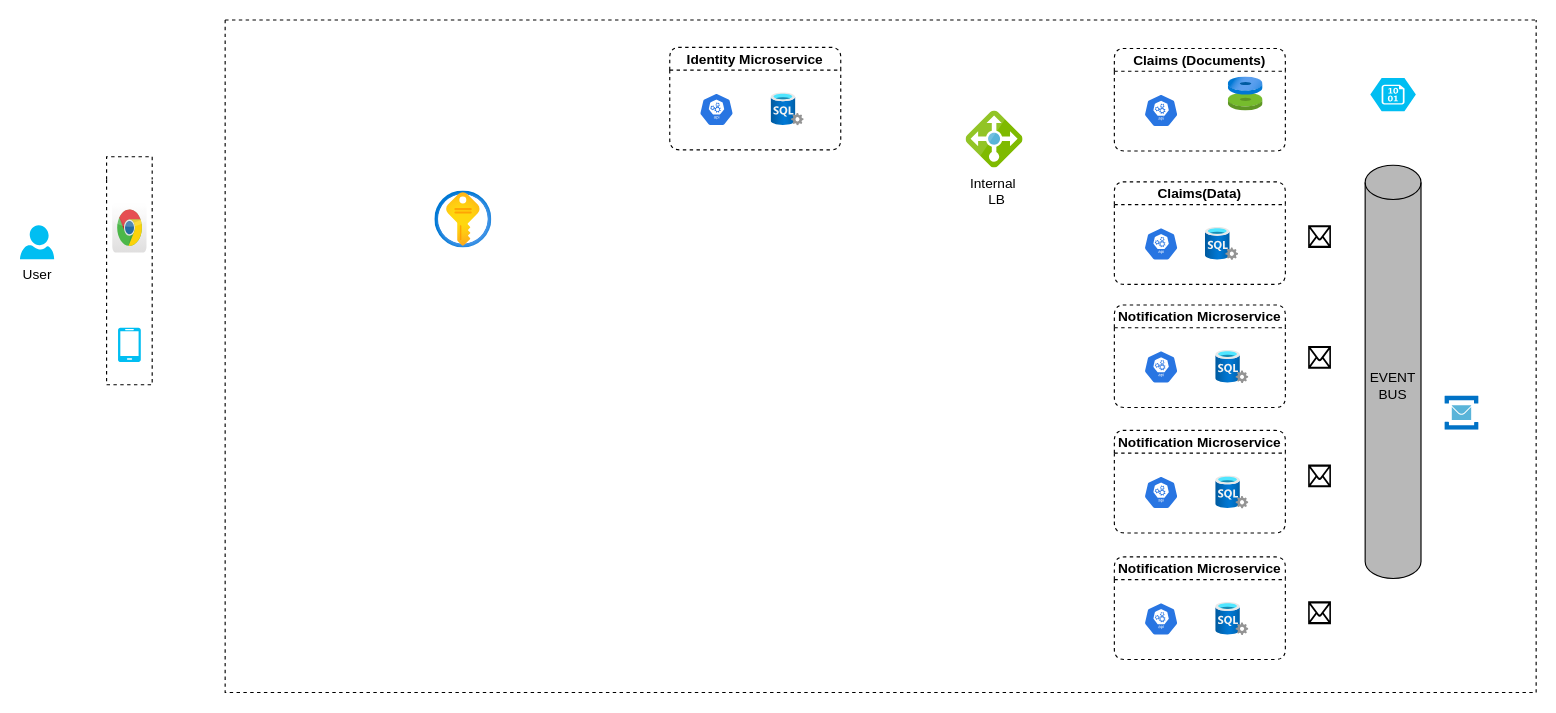
This is solution-diagram.drawio from rahulpandey1589/solution-diagrams, a draw.io file, before an edit. Source tidied: cells renumbered, new cells numbered last; positions are measured from the earlier drawing's top-left corner, leaving out a move shared by most shapes. Both pictures are drawn from the tidied source at 114%, with x=0, y=0 at pixel (19, 19).
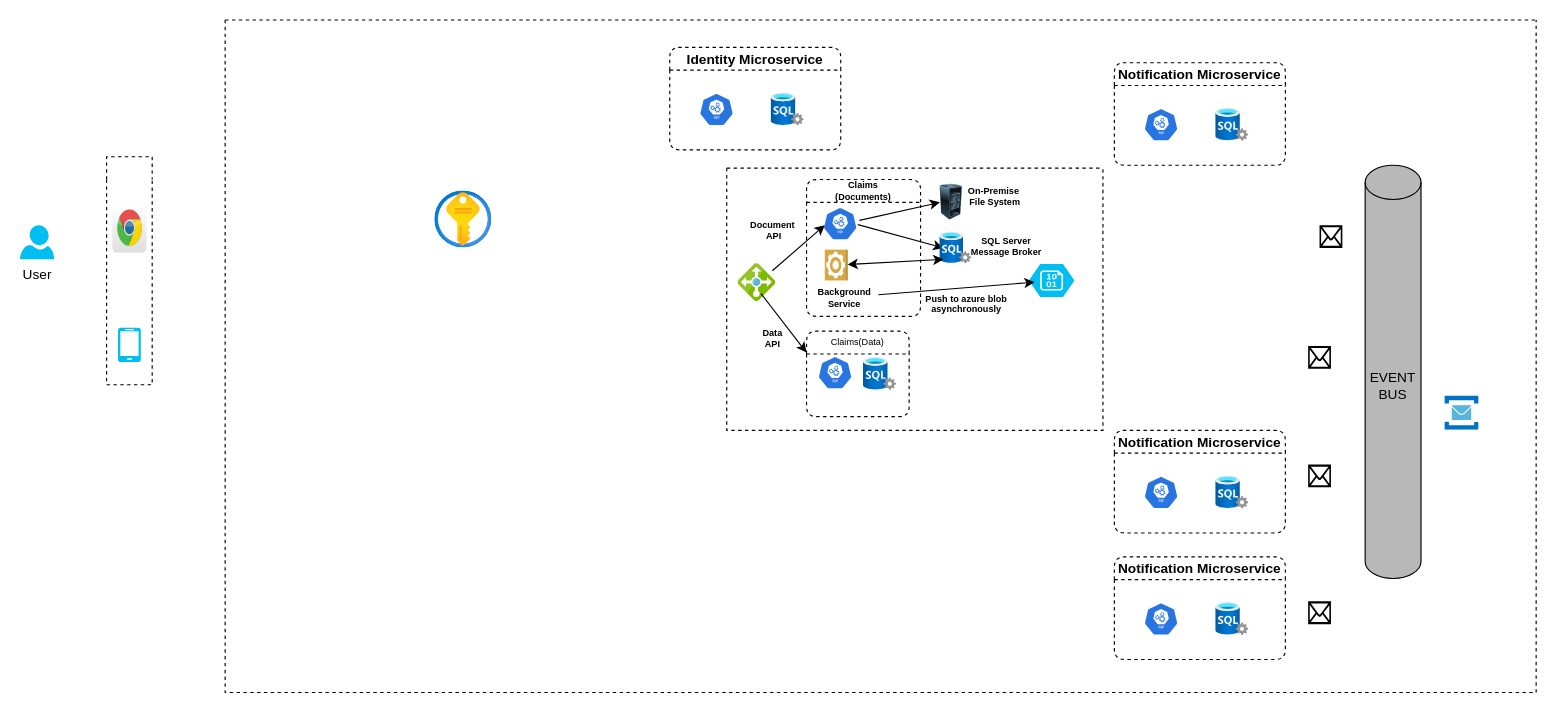
The same diagram, later.

Unchanged cells that the change refers to:
```xml
<mxCell id="6" style="swimlane;startSize=0;labelBackgroundColor=#ADADAD;fillColor=#969696;dashed=1;" parent="1" vertex="1">
  <mxGeometry x="180" width="1150" height="590" as="geometry" />
</mxCell>
```

Diff of the diagram source:
```diff
@@
-    <mxCell id="14" value="Claims(Data)" style="swimlane;startSize=20;glass=0;swimlaneLine=1;dashed=1;strokeWidth=1;swimlaneFillColor=none;rounded=1;shadow=0;sketch=0;swimlaneHead=1;horizontal=1;noLabel=0;" parent="6" vertex="1">
-      <mxGeometry x="780" y="142" width="150" height="90" as="geometry" />
-    </mxCell>
-    <mxCell id="15" style="sketch=0;html=1;dashed=0;whitespace=wrap;fillColor=#2875E2;strokeColor=#ffffff;shape=mxgraph.kubernetes.icon;prIcon=api;" parent="14" vertex="1">
-      <mxGeometry x="16" y="40" width="50" height="29" as="geometry" />
-    </mxCell>
-    <mxCell id="16" style="html=1;align=center;image;fontSize=12;image=img/lib/azure2/databases/SQL_Server.svg;" parent="14" vertex="1">
-      <mxGeometry x="80" y="40" width="29" height="29" as="geometry" />
-    </mxCell>
     <mxCell id="17" value="Notification Microservice" style="swimlane;startSize=20;glass=0;swimlaneLine=1;dashed=1;strokeWidth=1;swimlaneFillColor=none;rounded=1;shadow=0;sketch=0;swimlaneHead=1;horizontal=1;noLabel=0;" parent="6" vertex="1">
-      <mxGeometry x="780" y="250" width="150" height="90" as="geometry" />
+      <mxGeometry x="780" y="37.5" width="150" height="90" as="geometry" />
     </mxCell>
@@
     <mxCell id="27" style="shape=mxgraph.signs.tech.mail;html=1;fillColor=#000000;strokeColor=none;verticalLabelPosition=bottom;verticalAlign=top;align=center;" parent="6" vertex="1">
-      <mxGeometry x="950" y="180" width="20" height="20" as="geometry" />
+      <mxGeometry x="960" y="180" width="20" height="20" as="geometry" />
     </mxCell>
@@
+    <mxCell id="36" style="swimlane;startSize=0;fontFamily=Helvetica;fontSize=8;html=1;backgroundOutline=0;dashed=1;" parent="6" vertex="1">
+      <mxGeometry x="440" y="130" width="330" height="230" as="geometry" />
+    </mxCell>
+    <mxCell id="33" style="sketch=0;html=1;align=center;image;fontSize=12;image=img/lib/mscae/Load_Balancer_feature.svg;fontFamily=Helvetica;" parent="36" vertex="1">
+      <mxGeometry x="10" y="84" width="33" height="33" as="geometry" />
+    </mxCell>
-    <mxCell id="30" value="Claims (Documents)" style="swimlane;startSize=20;glass=0;swimlaneLine=1;dashed=1;strokeWidth=1;swimlaneFillColor=none;rounded=1;shadow=0;sketch=0;swimlaneHead=1;horizontal=1;noLabel=0;" parent="6" vertex="1">
-      <mxGeometry x="780" y="25" width="150" height="90" as="geometry" />
+    <mxCell id="30" value="Claims &#10;(Documents)" style="swimlane;startSize=20;glass=0;swimlaneLine=1;dashed=1;strokeWidth=1;swimlaneFillColor=none;rounded=1;shadow=0;sketch=0;swimlaneHead=1;horizontal=1;noLabel=0;fontStyle=1;fontSize=8;" parent="36" vertex="1">
+      <mxGeometry x="70" y="10" width="100" height="120" as="geometry" />
     </mxCell>
     <mxCell id="31" style="sketch=0;html=1;dashed=0;whitespace=wrap;fillColor=#2875E2;strokeColor=#ffffff;points=[[0.005,0.63,0],[0.1,0.2,0],[0.9,0.2,0],[0.5,0,0],[0.995,0.63,0],[0.72,0.99,0],[0.5,1,0],[0.28,0.99,0]];shape=mxgraph.kubernetes.icon;prIcon=api;" parent="30" vertex="1">
-      <mxGeometry x="16" y="40" width="50" height="29" as="geometry" />
+      <mxGeometry x="12" y="24.2" width="35" height="29" as="geometry" />
     </mxCell>
-    <mxCell id="32" style="html=1;align=center;image;fontSize=12;image=img/lib/azure2/compute/Disks.svg;fontFamily=Helvetica;" parent="30" vertex="1">
-      <mxGeometry x="100" y="25" width="30.5" height="30" as="geometry" />
-    </mxCell>
-    <mxCell id="33" value="Internal&amp;nbsp;&lt;br&gt;&amp;nbsp;LB" style="sketch=0;html=1;align=center;image;fontSize=12;image=img/lib/mscae/Load_Balancer_feature.svg;fontFamily=Helvetica;" parent="6" vertex="1">
-      <mxGeometry x="650" y="80" width="50" height="50" as="geometry" />
-    </mxCell>
+    <mxCell id="37" value="Background&lt;br&gt;Service" style="text;html=1;align=center;verticalAlign=middle;points=[];strokeColor=none;fillColor=none;fontFamily=Helvetica;fontSize=8;fontStyle=1;" parent="30" vertex="1">
+      <mxGeometry x="3" y="88.5" width="60" height="30" as="geometry" />
+    </mxCell>
+    <mxCell id="38" style="outlineConnect=0;dashed=0;verticalLabelPosition=bottom;verticalAlign=top;align=center;html=1;shape=mxgraph.aws3.worker;fillColor=#D9A741;gradientColor=none;fontFamily=Helvetica;direction=north;" parent="30" vertex="1">
+      <mxGeometry x="16" y="61.5" width="20" height="27" as="geometry" />
+    </mxCell>
+    <mxCell id="39" style="endArrow=classic;html=1;rounded=0;fontFamily=Helvetica;fontSize=8;entryX=0.107;entryY=0.5;entryDx=0;entryDy=0;entryPerimeter=0;" parent="30" edge="1" target="44">
+      <mxGeometry relative="1" as="geometry">
+        <mxPoint x="45" y="39.5" as="sourcePoint" />
+      </mxGeometry>
+    </mxCell>
+    <mxCell id="40" style="endArrow=classic;html=1;rounded=0;fontFamily=Helvetica;fontSize=8;" parent="30" edge="1">
+      <mxGeometry relative="1" as="geometry">
+        <mxPoint x="-30" y="80" as="sourcePoint" />
+        <mxPoint x="16" y="40" as="targetPoint" />
+      </mxGeometry>
+    </mxCell>
+    <mxCell id="14" value="Claims(Data)" style="swimlane;startSize=20;glass=0;swimlaneLine=1;dashed=1;strokeWidth=1;swimlaneFillColor=none;rounded=1;shadow=0;sketch=0;swimlaneHead=1;horizontal=1;noLabel=0;fontStyle=0;fontSize=8;" parent="36" vertex="1">
+      <mxGeometry x="70" y="143" width="90" height="75" as="geometry" />
+    </mxCell>
+    <mxCell id="15" style="sketch=0;html=1;dashed=0;whitespace=wrap;fillColor=#2875E2;strokeColor=#ffffff;shape=mxgraph.kubernetes.icon;prIcon=api;" parent="14" vertex="1">
+      <mxGeometry y="22" width="50" height="29" as="geometry" />
+    </mxCell>
+    <mxCell id="16" style="html=1;align=center;image;fontSize=12;image=img/lib/azure2/databases/SQL_Server.svg;" parent="14" vertex="1">
+      <mxGeometry x="50" y="23" width="29" height="29" as="geometry" />
+    </mxCell>
-    <mxCell id="34" style="verticalLabelPosition=bottom;html=1;verticalAlign=top;align=center;strokeColor=none;fillColor=#00BEF2;shape=mxgraph.azure.storage_blob;fontFamily=Helvetica;" parent="6" vertex="1">
-      <mxGeometry x="1004.5" y="51" width="40" height="29" as="geometry" />
+    <mxCell id="34" style="verticalLabelPosition=bottom;html=1;verticalAlign=top;align=center;strokeColor=none;fillColor=#00BEF2;shape=mxgraph.azure.storage_blob;fontFamily=Helvetica;" parent="36" vertex="1">
+      <mxGeometry x="265" y="84" width="40" height="29" as="geometry" />
     </mxCell>
+    <mxCell id="41" style="image;html=1;image=img/lib/clip_art/computers/Server_Rack_Partial_128x128.png;dashed=1;fontFamily=Helvetica;fontSize=8;" parent="36" vertex="1">
+      <mxGeometry x="187" y="10" width="20" height="40" as="geometry" />
+    </mxCell>
+    <mxCell id="42" style="endArrow=classic;html=1;rounded=0;fontFamily=Helvetica;fontSize=8;exitX=0.983;exitY=0.4;exitDx=0;exitDy=0;exitPerimeter=0;entryX=0;entryY=0.5;entryDx=0;entryDy=0;" parent="36" edge="1" source="31" target="41">
+      <mxGeometry relative="1" as="geometry" />
+    </mxCell>
+    <mxCell id="43" value="On-Premise&amp;nbsp;&lt;br&gt;File System" style="text;html=1;align=center;verticalAlign=middle;strokeColor=none;fillColor=none;fontFamily=Helvetica;fontSize=8;fontStyle=1;" parent="36" vertex="1">
+      <mxGeometry x="205" y="10" width="60" height="30" as="geometry" />
+    </mxCell>
+    <mxCell id="44" style="html=1;points=[];align=center;image;fontSize=12;image=img/lib/azure2/databases/SQL_Server.svg;dashed=1;fontFamily=Helvetica;" parent="36" vertex="1">
+      <mxGeometry x="187" y="56" width="28" height="28" as="geometry" />
+    </mxCell>
+    <mxCell id="45" value="SQL Server &lt;br&gt;Message Broker" style="text;html=1;align=center;verticalAlign=middle;strokeColor=none;fillColor=none;fontFamily=Helvetica;fontSize=8;fontStyle=1;" parent="36" vertex="1">
+      <mxGeometry x="205" y="54" width="80" height="30" as="geometry" />
+    </mxCell>
+    <mxCell id="46" style="endArrow=classic;startArrow=classic;html=1;rounded=0;fontFamily=Helvetica;fontSize=8;" parent="36" edge="1" source="38">
+      <mxGeometry relative="1" as="geometry">
+        <mxPoint x="190" y="80" as="targetPoint" />
+      </mxGeometry>
+    </mxCell>
+    <mxCell id="47" style="endArrow=classic;html=1;rounded=0;fontFamily=Helvetica;fontSize=8;" parent="36" edge="1" source="37">
+      <mxGeometry relative="1" as="geometry">
+        <mxPoint x="270" y="100" as="targetPoint" />
+      </mxGeometry>
+    </mxCell>
+    <mxCell id="48" value="&lt;br&gt;Push to azure blob&lt;br&gt;asynchronously" style="text;html=1;align=center;verticalAlign=middle;strokeColor=none;fillColor=none;fontFamily=Helvetica;fontSize=8;fontStyle=1;" parent="36" vertex="1">
+      <mxGeometry x="165" y="95" width="90" height="40" as="geometry" />
+    </mxCell>
+    <mxCell id="49" style="endArrow=classic;html=1;rounded=0;fontFamily=Helvetica;fontSize=8;entryX=0;entryY=0.25;entryDx=0;entryDy=0;" parent="36" edge="1" target="14">
+      <mxGeometry relative="1" as="geometry">
+        <mxPoint x="30" y="110" as="sourcePoint" />
+      </mxGeometry>
+    </mxCell>
+    <mxCell id="50" value="Document&lt;br&gt;&amp;nbsp;API" style="text;html=1;align=center;verticalAlign=middle;strokeColor=none;fillColor=none;fontFamily=Helvetica;fontSize=8;fontStyle=1;" parent="36" vertex="1">
+      <mxGeometry x="15" y="40" width="50" height="30" as="geometry" />
+    </mxCell>
+    <mxCell id="51" value="&lt;br&gt;Data&lt;br&gt;API&lt;br&gt;" style="text;html=1;align=center;verticalAlign=middle;strokeColor=none;fillColor=none;fontFamily=Helvetica;fontSize=8;fontStyle=1;" parent="36" vertex="1">
+      <mxGeometry x="25" y="125" width="30" height="40" as="geometry" />
+    </mxCell>
```
